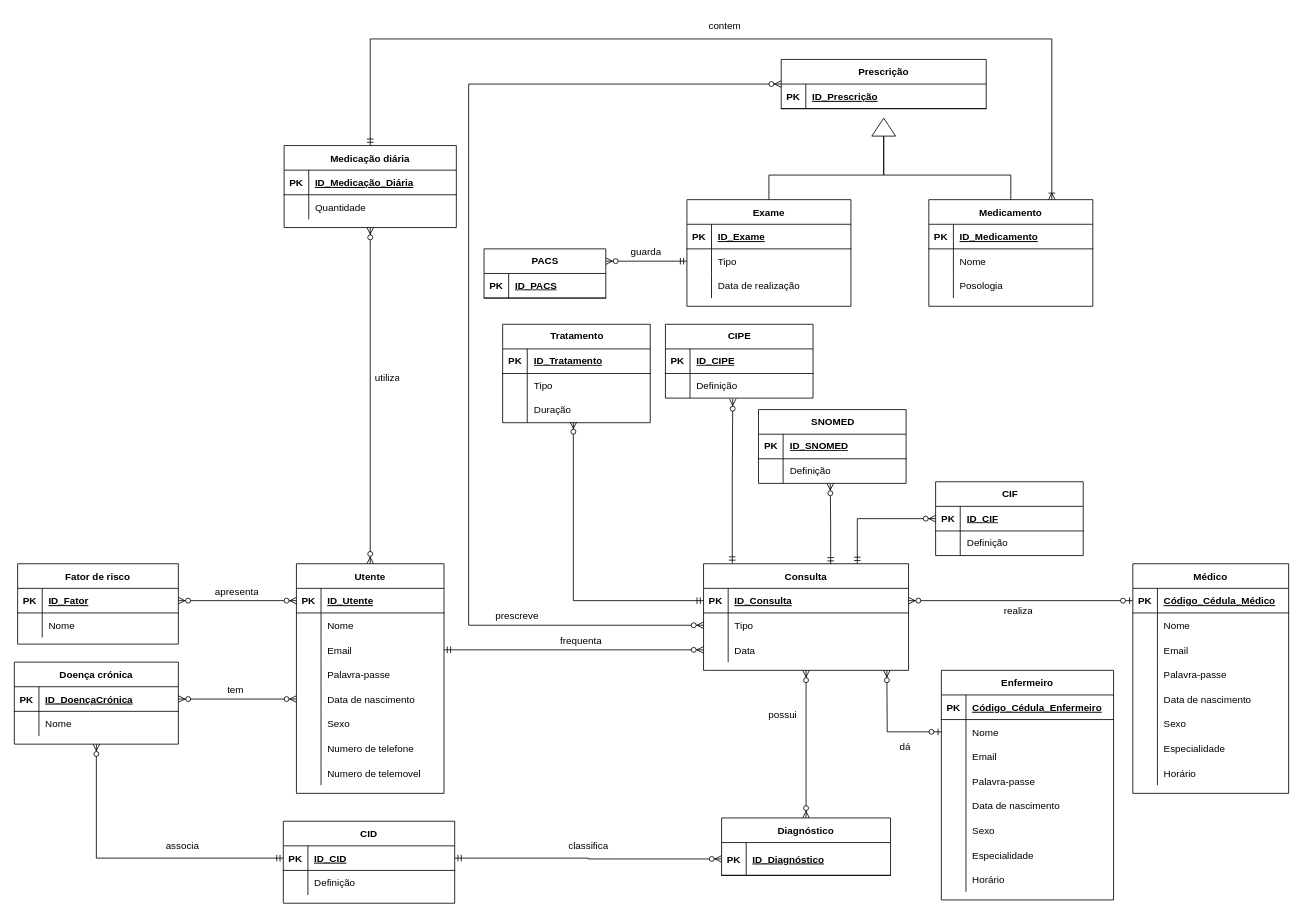
Before: Diagramas/informacao_clinica.drawio in xaloftal/RCE, a draw.io diagram. Source tidied: cells renumbered, new cells numbered last; positions are measured from the earlier drawing's top-left corner, leaving out a move shared by most shapes. Both pictures are drawn from the tidied source at 82%, with x=0, y=0 at pixel (14, 14).
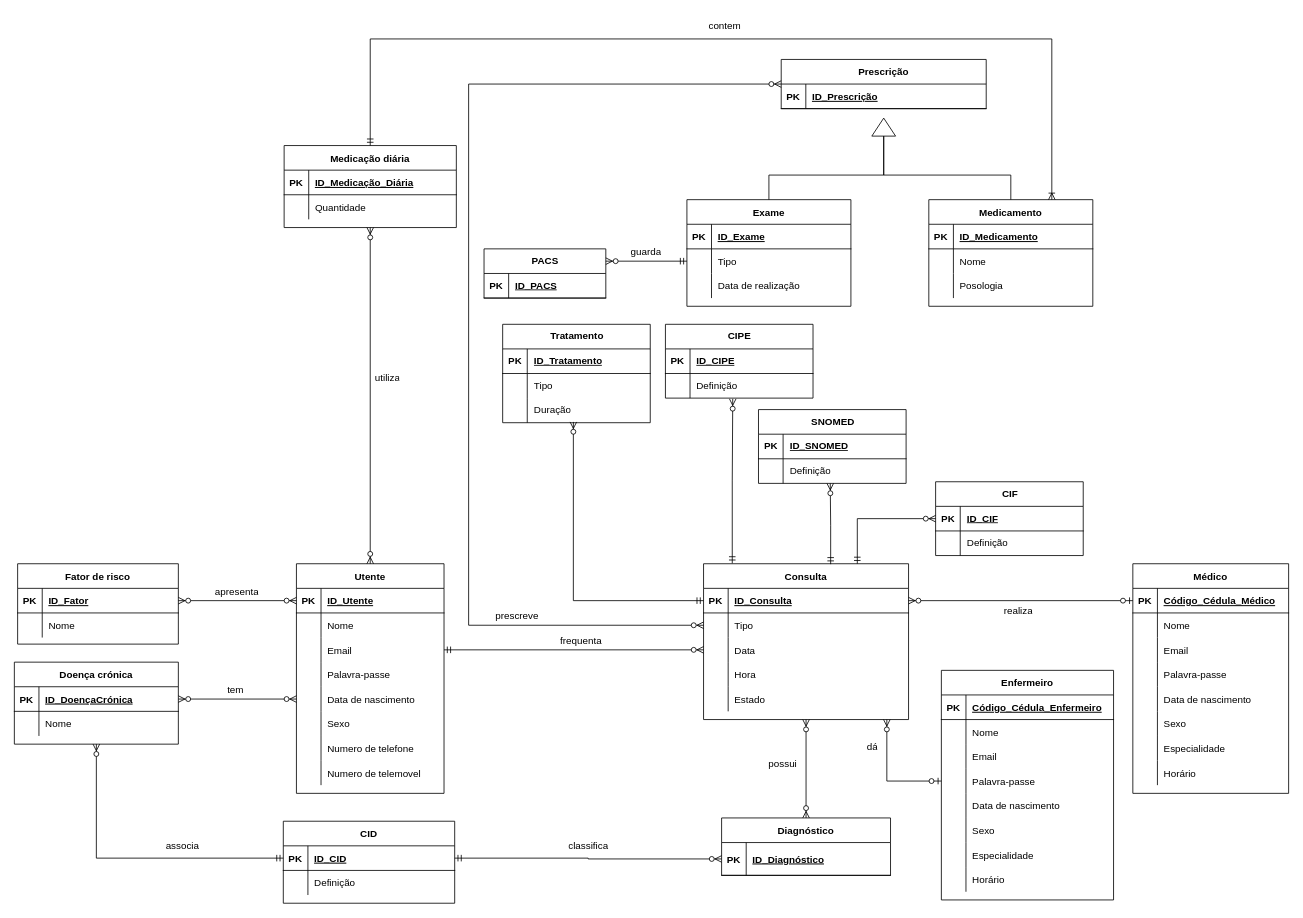
The same page after the edit.

The change refers to these unchanged cells:
```xml
<mxCell id="115" style="shape=partialRectangle;fillColor=none;points=[[0,0.5],[1,0.5]];portConstraint=eastwest;top=0;left=0;right=0;bottom=0;" parent="111" vertex="1">
  <mxGeometry y="60" width="210" height="30" as="geometry" />
</mxCell>
<mxCell id="121" style="shape=tableRow;horizontal=0;startSize=0;swimlaneHead=0;swimlaneBody=0;fillColor=none;points=[[0,0.5],[1,0.5]];portConstraint=eastwest;top=0;left=0;right=0;bottom=0;" parent="111" vertex="1">
  <mxGeometry y="120" width="210" height="30" as="geometry" />
</mxCell>
```

What changed in the source:
```diff
@@
     <mxCell id="52" value="Consulta" style="shape=table;startSize=30;childLayout=tableLayout;rowLines=0;fontStyle=1;align=center;" parent="1" vertex="1">
-      <mxGeometry x="840.5" y="670" width="250" height="130" as="geometry" />
+      <mxGeometry x="840.5" y="670" width="250" height="190" as="geometry" />
     </mxCell>
@@
+    <mxCell id="209" style="shape=tableRow;horizontal=0;startSize=0;swimlaneHead=0;swimlaneBody=0;fillColor=none;top=0;left=0;right=0;bottom=0;" parent="52" vertex="1">
+      <mxGeometry y="120" width="250" height="30" as="geometry" />
+    </mxCell>
+    <mxCell id="210" style="shape=partialRectangle;fillColor=none;top=0;left=0;bottom=0;right=0;overflow=hidden;" parent="209" vertex="1">
+      <mxGeometry width="30" height="30" as="geometry" />
+    </mxCell>
+    <mxCell id="211" value="Hora" style="shape=partialRectangle;fillColor=none;top=0;left=0;bottom=0;right=0;align=left;spacingLeft=6;overflow=hidden;" parent="209" vertex="1">
+      <mxGeometry x="30" width="220" height="30" as="geometry" />
+    </mxCell>
+    <mxCell id="212" style="shape=tableRow;horizontal=0;startSize=0;swimlaneHead=0;swimlaneBody=0;fillColor=none;top=0;left=0;right=0;bottom=0;" parent="52" vertex="1">
+      <mxGeometry y="150" width="250" height="30" as="geometry" />
+    </mxCell>
+    <mxCell id="213" style="shape=partialRectangle;fillColor=none;top=0;left=0;bottom=0;right=0;overflow=hidden;" parent="212" vertex="1">
+      <mxGeometry width="30" height="30" as="geometry" />
+    </mxCell>
+    <mxCell id="214" value="Estado" style="shape=partialRectangle;fillColor=none;top=0;left=0;bottom=0;right=0;align=left;spacingLeft=6;overflow=hidden;" parent="212" vertex="1">
+      <mxGeometry x="30" width="220" height="30" as="geometry" />
+    </mxCell>
@@
-    <mxCell id="137" style="edgeStyle=orthogonalEdgeStyle;fontSize=12;html=1;endArrow=ERzeroToMany;startArrow=ERzeroToOne;rounded=0;exitX=0;exitY=0.5;exitDx=0;exitDy=0;" parent="1" edge="1" source="115">
+    <mxCell id="137" style="edgeStyle=orthogonalEdgeStyle;fontSize=12;html=1;endArrow=ERzeroToMany;startArrow=ERzeroToOne;rounded=0;exitX=0;exitY=0.5;exitDx=0;exitDy=0;" parent="1" edge="1" source="121">
       <mxGeometry relative="1" as="geometry">
-        <mxPoint x="1064" y="800" as="targetPoint" />
+        <mxPoint x="1064" y="860" as="targetPoint" />
+        <Array as="points">
+          <mxPoint x="1064" y="935" />
+        </Array>
       </mxGeometry>
     </mxCell>
@@
     <mxCell id="197" value="dá" style="text;strokeColor=none;fillColor=none;spacingLeft=4;spacingRight=4;overflow=hidden;fontSize=12;whiteSpace=wrap;html=1;" parent="1" vertex="1">
-      <mxGeometry x="1074" y="880" width="70" height="30" as="geometry" />
+      <mxGeometry x="1034" y="880" width="70" height="30" as="geometry" />
     </mxCell>
     <mxCell id="198" value="possui" style="text;strokeColor=none;fillColor=none;spacingLeft=4;spacingRight=4;overflow=hidden;fontSize=12;whiteSpace=wrap;html=1;" parent="1" vertex="1">
-      <mxGeometry x="914" y="840" width="60" height="30" as="geometry" />
+      <mxGeometry x="914" y="900" width="60" height="30" as="geometry" />
     </mxCell>
```
